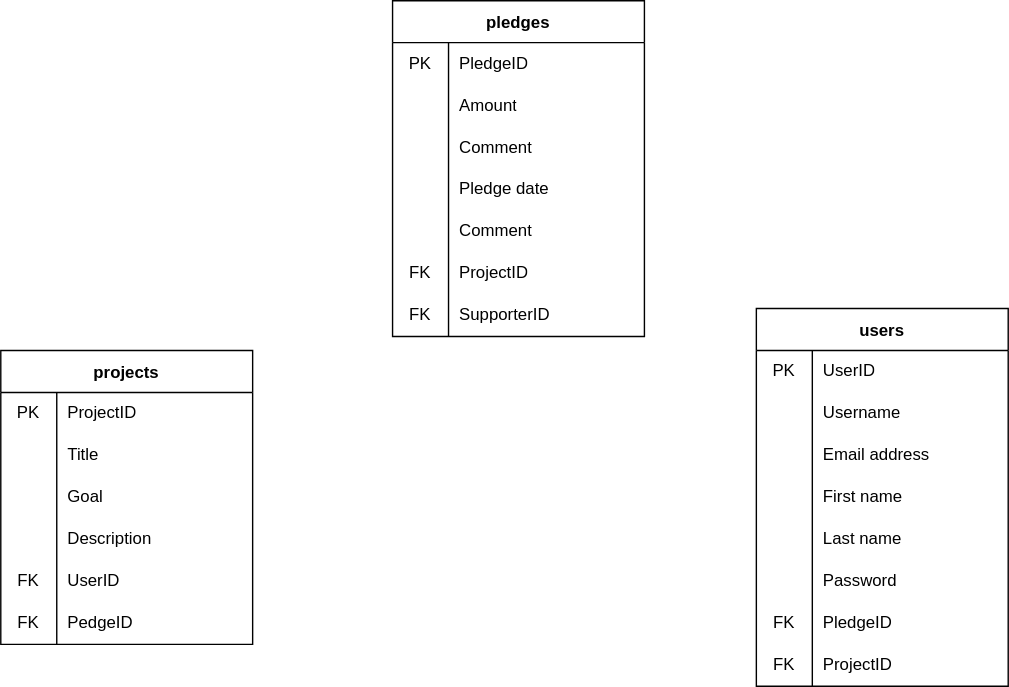
The draw.io diagram dbschema.drawio.svg in shayzimm/crowdfunding_back_end, before a commit. Source tidied: cells renumbered, new cells last; positions are measured from the earlier drawing's top-left corner, leaving out a move shared by most shapes. Its diagram source:
```xml
<mxGraphModel>
  <root>
    <mxCell id="0" />
    <mxCell id="1" parent="0" />
    <mxCell id="2" value="projects" style="shape=table;startSize=30;rowLines=0;fontStyle=1;" parent="1" vertex="1">
      <mxGeometry y="250" width="180" height="210" as="geometry" />
    </mxCell>
    <mxCell id="3" style="shape=tableRow;horizontal=0;startSize=0;swimlaneHead=0;swimlaneBody=0;top=0;left=0;bottom=0;right=0;fillColor=none;perimeterSpacing=1;" parent="2" vertex="1">
      <mxGeometry y="30" width="180" height="30" as="geometry" />
    </mxCell>
    <mxCell id="4" value="PK" style="shape=partialRectangle;html=1;whiteSpace=wrap;fillColor=none;top=0;left=0;bottom=0;right=0;overflow=hidden;" parent="3" vertex="1">
      <mxGeometry width="40" height="30" as="geometry" />
    </mxCell>
    <mxCell id="5" value="ProjectID" style="shape=partialRectangle;html=1;whiteSpace=wrap;fillColor=none;top=0;left=0;bottom=0;right=0;align=left;spacingLeft=6;overflow=hidden;perimeterSpacing=1;" parent="3" vertex="1">
      <mxGeometry x="40" width="140" height="30" as="geometry" />
    </mxCell>
    <mxCell id="6" style="shape=tableRow;horizontal=0;startSize=0;swimlaneHead=0;swimlaneBody=0;top=0;left=0;bottom=0;right=0;fillColor=none;" parent="2" vertex="1">
      <mxGeometry y="60" width="180" height="30" as="geometry" />
    </mxCell>
    <mxCell id="7" style="shape=partialRectangle;html=1;whiteSpace=wrap;fillColor=none;top=0;left=0;bottom=0;right=0;overflow=hidden;" parent="6" vertex="1">
      <mxGeometry width="40" height="30" as="geometry" />
    </mxCell>
    <mxCell id="8" value="Title" style="shape=partialRectangle;html=1;whiteSpace=wrap;fillColor=none;top=0;left=0;bottom=0;right=0;align=left;spacingLeft=6;overflow=hidden;" parent="6" vertex="1">
      <mxGeometry x="40" width="140" height="30" as="geometry" />
    </mxCell>
    <mxCell id="9" style="shape=tableRow;horizontal=0;startSize=0;swimlaneHead=0;swimlaneBody=0;top=0;left=0;bottom=0;right=0;fillColor=none;" parent="2" vertex="1">
      <mxGeometry y="90" width="180" height="30" as="geometry" />
    </mxCell>
    <mxCell id="10" style="shape=partialRectangle;html=1;whiteSpace=wrap;fillColor=none;top=0;left=0;bottom=0;right=0;overflow=hidden;" parent="9" vertex="1">
      <mxGeometry width="40" height="30" as="geometry" />
    </mxCell>
    <mxCell id="11" value="Goal" style="shape=partialRectangle;html=1;whiteSpace=wrap;fillColor=none;top=0;left=0;bottom=0;right=0;align=left;spacingLeft=6;overflow=hidden;" parent="9" vertex="1">
      <mxGeometry x="40" width="140" height="30" as="geometry" />
    </mxCell>
    <mxCell id="12" style="shape=tableRow;horizontal=0;startSize=0;swimlaneHead=0;swimlaneBody=0;top=0;left=0;bottom=0;right=0;fillColor=none;" parent="2" vertex="1">
      <mxGeometry y="120" width="180" height="30" as="geometry" />
    </mxCell>
    <mxCell id="13" style="shape=partialRectangle;html=1;whiteSpace=wrap;fillColor=none;top=0;left=0;bottom=0;right=0;overflow=hidden;" parent="12" vertex="1">
      <mxGeometry width="40" height="30" as="geometry" />
    </mxCell>
    <mxCell id="14" value="Description" style="shape=partialRectangle;html=1;whiteSpace=wrap;fillColor=none;top=0;left=0;bottom=0;right=0;align=left;spacingLeft=6;overflow=hidden;" parent="12" vertex="1">
      <mxGeometry x="40" width="140" height="30" as="geometry" />
    </mxCell>
    <mxCell id="15" style="shape=tableRow;horizontal=0;startSize=0;swimlaneHead=0;swimlaneBody=0;top=0;left=0;bottom=0;right=0;fillColor=none;" parent="2" vertex="1">
      <mxGeometry y="150" width="180" height="30" as="geometry" />
    </mxCell>
    <mxCell id="16" value="FK" style="shape=partialRectangle;html=1;whiteSpace=wrap;fillColor=none;top=0;left=0;bottom=0;right=0;overflow=hidden;" parent="15" vertex="1">
      <mxGeometry width="40" height="30" as="geometry" />
    </mxCell>
    <mxCell id="17" value="UserID" style="shape=partialRectangle;html=1;whiteSpace=wrap;fillColor=none;top=0;left=0;bottom=0;right=0;align=left;spacingLeft=6;overflow=hidden;" parent="15" vertex="1">
      <mxGeometry x="40" width="140" height="30" as="geometry" />
    </mxCell>
    <mxCell id="18" style="shape=tableRow;horizontal=0;startSize=0;swimlaneHead=0;swimlaneBody=0;top=0;left=0;bottom=0;right=0;fillColor=none;" parent="2" vertex="1">
      <mxGeometry y="180" width="180" height="30" as="geometry" />
    </mxCell>
    <mxCell id="19" value="FK" style="shape=partialRectangle;html=1;whiteSpace=wrap;fillColor=none;top=0;left=0;bottom=0;right=0;overflow=hidden;" parent="18" vertex="1">
      <mxGeometry width="40" height="30" as="geometry" />
    </mxCell>
    <mxCell id="20" value="PedgeID" style="shape=partialRectangle;html=1;whiteSpace=wrap;fillColor=none;top=0;left=0;bottom=0;right=0;align=left;spacingLeft=6;overflow=hidden;" parent="18" vertex="1">
      <mxGeometry x="40" width="140" height="30" as="geometry" />
    </mxCell>
    <mxCell id="21" value="users" style="shape=table;startSize=30;rowLines=0;fontStyle=1;" parent="1" vertex="1">
      <mxGeometry x="540" y="220" width="180" height="270" as="geometry" />
    </mxCell>
    <mxCell id="22" style="shape=tableRow;horizontal=0;startSize=0;swimlaneHead=0;swimlaneBody=0;top=0;left=0;bottom=0;right=0;fillColor=none;" parent="21" vertex="1">
      <mxGeometry y="30" width="180" height="30" as="geometry" />
    </mxCell>
    <mxCell id="23" value="PK" style="shape=partialRectangle;html=1;whiteSpace=wrap;fillColor=none;top=0;left=0;bottom=0;right=0;overflow=hidden;" parent="22" vertex="1">
      <mxGeometry width="40" height="30" as="geometry" />
    </mxCell>
    <mxCell id="24" value="UserID" style="shape=partialRectangle;html=1;whiteSpace=wrap;fillColor=none;top=0;left=0;bottom=0;right=0;align=left;spacingLeft=6;overflow=hidden;" parent="22" vertex="1">
      <mxGeometry x="40" width="140" height="30" as="geometry" />
    </mxCell>
    <mxCell id="25" style="shape=tableRow;horizontal=0;startSize=0;swimlaneHead=0;swimlaneBody=0;top=0;left=0;bottom=0;right=0;fillColor=none;" parent="21" vertex="1">
      <mxGeometry y="60" width="180" height="30" as="geometry" />
    </mxCell>
    <mxCell id="26" style="shape=partialRectangle;html=1;whiteSpace=wrap;fillColor=none;top=0;left=0;bottom=0;right=0;overflow=hidden;" parent="25" vertex="1">
      <mxGeometry width="40" height="30" as="geometry" />
    </mxCell>
    <mxCell id="27" value="Username" style="shape=partialRectangle;html=1;whiteSpace=wrap;fillColor=none;top=0;left=0;bottom=0;right=0;align=left;spacingLeft=6;overflow=hidden;" parent="25" vertex="1">
      <mxGeometry x="40" width="140" height="30" as="geometry" />
    </mxCell>
    <mxCell id="28" style="shape=tableRow;horizontal=0;startSize=0;swimlaneHead=0;swimlaneBody=0;top=0;left=0;bottom=0;right=0;fillColor=none;" parent="21" vertex="1">
      <mxGeometry y="90" width="180" height="30" as="geometry" />
    </mxCell>
    <mxCell id="29" style="shape=partialRectangle;html=1;whiteSpace=wrap;fillColor=none;top=0;left=0;bottom=0;right=0;overflow=hidden;" parent="28" vertex="1">
      <mxGeometry width="40" height="30" as="geometry" />
    </mxCell>
    <mxCell id="30" value="Email address" style="shape=partialRectangle;html=1;whiteSpace=wrap;fillColor=none;top=0;left=0;bottom=0;right=0;align=left;spacingLeft=6;overflow=hidden;" parent="28" vertex="1">
      <mxGeometry x="40" width="140" height="30" as="geometry" />
    </mxCell>
    <mxCell id="31" style="shape=tableRow;horizontal=0;startSize=0;swimlaneHead=0;swimlaneBody=0;top=0;left=0;bottom=0;right=0;fillColor=none;" parent="21" vertex="1">
      <mxGeometry y="120" width="180" height="30" as="geometry" />
    </mxCell>
    <mxCell id="32" style="shape=partialRectangle;html=1;whiteSpace=wrap;fillColor=none;top=0;left=0;bottom=0;right=0;overflow=hidden;" parent="31" vertex="1">
      <mxGeometry width="40" height="30" as="geometry" />
    </mxCell>
    <mxCell id="33" value="First name" style="shape=partialRectangle;html=1;whiteSpace=wrap;fillColor=none;top=0;left=0;bottom=0;right=0;align=left;spacingLeft=6;overflow=hidden;" parent="31" vertex="1">
      <mxGeometry x="40" width="140" height="30" as="geometry" />
    </mxCell>
    <mxCell id="34" style="shape=tableRow;horizontal=0;startSize=0;swimlaneHead=0;swimlaneBody=0;top=0;left=0;bottom=0;right=0;fillColor=none;" parent="21" vertex="1">
      <mxGeometry y="150" width="180" height="30" as="geometry" />
    </mxCell>
    <mxCell id="35" style="shape=partialRectangle;html=1;whiteSpace=wrap;fillColor=none;top=0;left=0;bottom=0;right=0;overflow=hidden;" parent="34" vertex="1">
      <mxGeometry width="40" height="30" as="geometry" />
    </mxCell>
    <mxCell id="36" value="Last name" style="shape=partialRectangle;html=1;whiteSpace=wrap;fillColor=none;top=0;left=0;bottom=0;right=0;align=left;spacingLeft=6;overflow=hidden;" parent="34" vertex="1">
      <mxGeometry x="40" width="140" height="30" as="geometry" />
    </mxCell>
    <mxCell id="37" style="shape=tableRow;horizontal=0;startSize=0;swimlaneHead=0;swimlaneBody=0;top=0;left=0;bottom=0;right=0;fillColor=none;" parent="21" vertex="1">
      <mxGeometry y="180" width="180" height="30" as="geometry" />
    </mxCell>
    <mxCell id="38" style="shape=partialRectangle;html=1;whiteSpace=wrap;fillColor=none;top=0;left=0;bottom=0;right=0;overflow=hidden;" parent="37" vertex="1">
      <mxGeometry width="40" height="30" as="geometry" />
    </mxCell>
    <mxCell id="39" value="Password" style="shape=partialRectangle;html=1;whiteSpace=wrap;fillColor=none;top=0;left=0;bottom=0;right=0;align=left;spacingLeft=6;overflow=hidden;" parent="37" vertex="1">
      <mxGeometry x="40" width="140" height="30" as="geometry" />
    </mxCell>
    <mxCell id="40" style="shape=tableRow;horizontal=0;startSize=0;swimlaneHead=0;swimlaneBody=0;top=0;left=0;bottom=0;right=0;fillColor=none;" parent="21" vertex="1">
      <mxGeometry y="210" width="180" height="30" as="geometry" />
    </mxCell>
    <mxCell id="41" value="FK" style="shape=partialRectangle;html=1;whiteSpace=wrap;fillColor=none;top=0;left=0;bottom=0;right=0;overflow=hidden;" parent="40" vertex="1">
      <mxGeometry width="40" height="30" as="geometry" />
    </mxCell>
    <mxCell id="42" value="PledgeID" style="shape=partialRectangle;html=1;whiteSpace=wrap;fillColor=none;top=0;left=0;bottom=0;right=0;align=left;spacingLeft=6;overflow=hidden;" parent="40" vertex="1">
      <mxGeometry x="40" width="140" height="30" as="geometry" />
    </mxCell>
    <mxCell id="43" style="shape=tableRow;horizontal=0;startSize=0;swimlaneHead=0;swimlaneBody=0;top=0;left=0;bottom=0;right=0;fillColor=none;" parent="21" vertex="1">
      <mxGeometry y="240" width="180" height="30" as="geometry" />
    </mxCell>
    <mxCell id="44" value="FK" style="shape=partialRectangle;html=1;whiteSpace=wrap;fillColor=none;top=0;left=0;bottom=0;right=0;overflow=hidden;" parent="43" vertex="1">
      <mxGeometry width="40" height="30" as="geometry" />
    </mxCell>
    <mxCell id="45" value="ProjectID" style="shape=partialRectangle;html=1;whiteSpace=wrap;fillColor=none;top=0;left=0;bottom=0;right=0;align=left;spacingLeft=6;overflow=hidden;" parent="43" vertex="1">
      <mxGeometry x="40" width="140" height="30" as="geometry" />
    </mxCell>
    <mxCell id="46" value="pledges" style="shape=table;startSize=30;rowLines=0;fontStyle=1;" parent="1" vertex="1">
      <mxGeometry x="280" width="180" height="240" as="geometry" />
    </mxCell>
    <mxCell id="47" style="shape=tableRow;horizontal=0;startSize=0;swimlaneHead=0;swimlaneBody=0;top=0;left=0;bottom=0;right=0;fillColor=none;" parent="46" vertex="1">
      <mxGeometry y="30" width="180" height="30" as="geometry" />
    </mxCell>
    <mxCell id="48" value="PK" style="shape=partialRectangle;html=1;whiteSpace=wrap;fillColor=none;top=0;left=0;bottom=0;right=0;overflow=hidden;" parent="47" vertex="1">
      <mxGeometry width="40" height="30" as="geometry" />
    </mxCell>
    <mxCell id="49" value="PledgeID" style="shape=partialRectangle;html=1;whiteSpace=wrap;fillColor=none;top=0;left=0;bottom=0;right=0;align=left;spacingLeft=6;overflow=hidden;" parent="47" vertex="1">
      <mxGeometry x="40" width="140" height="30" as="geometry" />
    </mxCell>
    <mxCell id="50" style="shape=tableRow;horizontal=0;startSize=0;swimlaneHead=0;swimlaneBody=0;top=0;left=0;bottom=0;right=0;fillColor=none;" parent="46" vertex="1">
      <mxGeometry y="60" width="180" height="30" as="geometry" />
    </mxCell>
    <mxCell id="51" style="shape=partialRectangle;html=1;whiteSpace=wrap;fillColor=none;top=0;left=0;bottom=0;right=0;overflow=hidden;" parent="50" vertex="1">
      <mxGeometry width="40" height="30" as="geometry" />
    </mxCell>
    <mxCell id="52" value="Amount" style="shape=partialRectangle;html=1;whiteSpace=wrap;fillColor=none;top=0;left=0;bottom=0;right=0;align=left;spacingLeft=6;overflow=hidden;" parent="50" vertex="1">
      <mxGeometry x="40" width="140" height="30" as="geometry" />
    </mxCell>
    <mxCell id="53" style="shape=tableRow;horizontal=0;startSize=0;swimlaneHead=0;swimlaneBody=0;top=0;left=0;bottom=0;right=0;fillColor=none;" parent="46" vertex="1">
      <mxGeometry y="90" width="180" height="30" as="geometry" />
    </mxCell>
    <mxCell id="54" style="shape=partialRectangle;html=1;whiteSpace=wrap;fillColor=none;top=0;left=0;bottom=0;right=0;overflow=hidden;" parent="53" vertex="1">
      <mxGeometry width="40" height="30" as="geometry" />
    </mxCell>
    <mxCell id="55" value="Comment" style="shape=partialRectangle;html=1;whiteSpace=wrap;fillColor=none;top=0;left=0;bottom=0;right=0;align=left;spacingLeft=6;overflow=hidden;" parent="53" vertex="1">
      <mxGeometry x="40" width="140" height="30" as="geometry" />
    </mxCell>
    <mxCell id="56" style="shape=tableRow;horizontal=0;startSize=0;swimlaneHead=0;swimlaneBody=0;top=0;left=0;bottom=0;right=0;fillColor=none;" parent="46" vertex="1">
      <mxGeometry y="120" width="180" height="30" as="geometry" />
    </mxCell>
    <mxCell id="57" style="shape=partialRectangle;html=1;whiteSpace=wrap;fillColor=none;top=0;left=0;bottom=0;right=0;overflow=hidden;" parent="56" vertex="1">
      <mxGeometry width="40" height="30" as="geometry" />
    </mxCell>
    <mxCell id="58" value="Pledge date" style="shape=partialRectangle;html=1;whiteSpace=wrap;fillColor=none;top=0;left=0;bottom=0;right=0;align=left;spacingLeft=6;overflow=hidden;" parent="56" vertex="1">
      <mxGeometry x="40" width="140" height="30" as="geometry" />
    </mxCell>
    <mxCell id="59" style="shape=tableRow;horizontal=0;startSize=0;swimlaneHead=0;swimlaneBody=0;top=0;left=0;bottom=0;right=0;fillColor=none;" parent="46" vertex="1">
      <mxGeometry y="150" width="180" height="30" as="geometry" />
    </mxCell>
    <mxCell id="60" style="shape=partialRectangle;html=1;whiteSpace=wrap;fillColor=none;top=0;left=0;bottom=0;right=0;overflow=hidden;" parent="59" vertex="1">
      <mxGeometry width="40" height="30" as="geometry" />
    </mxCell>
    <mxCell id="61" value="Comment" style="shape=partialRectangle;html=1;whiteSpace=wrap;fillColor=none;top=0;left=0;bottom=0;right=0;align=left;spacingLeft=6;overflow=hidden;" parent="59" vertex="1">
      <mxGeometry x="40" width="140" height="30" as="geometry" />
    </mxCell>
    <mxCell id="62" style="shape=tableRow;horizontal=0;startSize=0;swimlaneHead=0;swimlaneBody=0;top=0;left=0;bottom=0;right=0;fillColor=none;" parent="46" vertex="1">
      <mxGeometry y="180" width="180" height="30" as="geometry" />
    </mxCell>
    <mxCell id="63" value="FK" style="shape=partialRectangle;html=1;whiteSpace=wrap;fillColor=none;top=0;left=0;bottom=0;right=0;overflow=hidden;" parent="62" vertex="1">
      <mxGeometry width="40" height="30" as="geometry" />
    </mxCell>
    <mxCell id="64" value="ProjectID" style="shape=partialRectangle;html=1;whiteSpace=wrap;fillColor=none;top=0;left=0;bottom=0;right=0;align=left;spacingLeft=6;overflow=hidden;" parent="62" vertex="1">
      <mxGeometry x="40" width="140" height="30" as="geometry" />
    </mxCell>
    <mxCell id="65" style="shape=tableRow;horizontal=0;startSize=0;swimlaneHead=0;swimlaneBody=0;top=0;left=0;bottom=0;right=0;fillColor=none;" parent="46" vertex="1">
      <mxGeometry y="210" width="180" height="30" as="geometry" />
    </mxCell>
    <mxCell id="66" value="FK" style="shape=partialRectangle;html=1;whiteSpace=wrap;fillColor=none;top=0;left=0;bottom=0;right=0;overflow=hidden;" parent="65" vertex="1">
      <mxGeometry width="40" height="30" as="geometry" />
    </mxCell>
    <mxCell id="67" value="SupporterID" style="shape=partialRectangle;html=1;whiteSpace=wrap;fillColor=none;top=0;left=0;bottom=0;right=0;align=left;spacingLeft=6;overflow=hidden;" parent="65" vertex="1">
      <mxGeometry x="40" width="140" height="30" as="geometry" />
    </mxCell>
  </root>
</mxGraphModel>
```
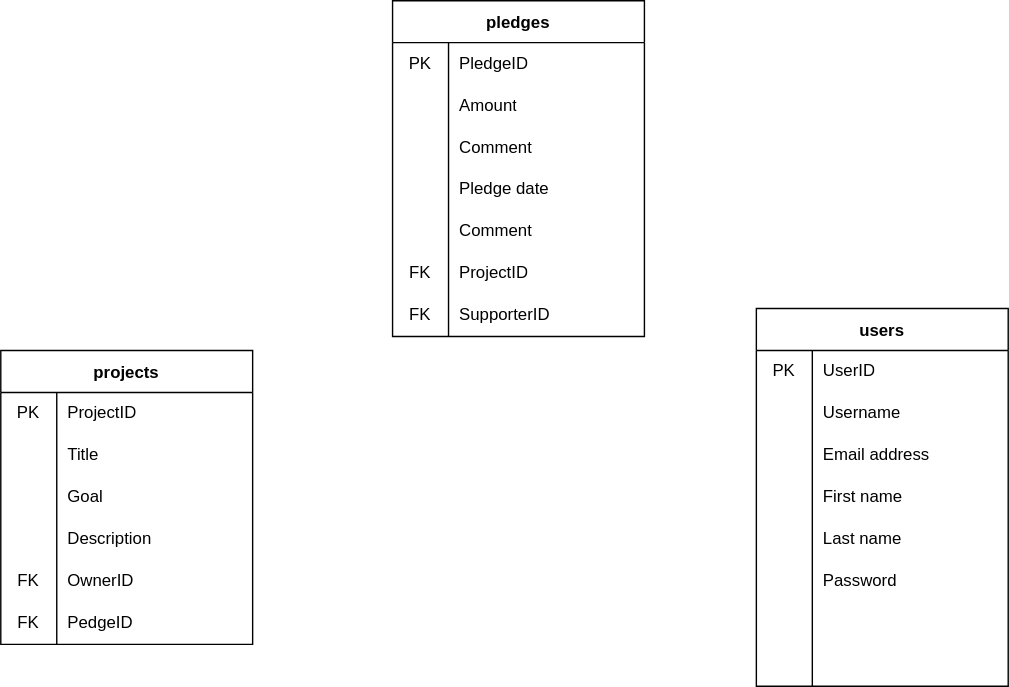
After the commit.

The edit, as a diff of the source:
```diff
@@ -47,7 +47,7 @@
     <mxCell id="16" value="FK" style="shape=partialRectangle;html=1;whiteSpace=wrap;fillColor=none;top=0;left=0;bottom=0;right=0;overflow=hidden;" parent="15" vertex="1">
       <mxGeometry width="40" height="30" as="geometry" />
     </mxCell>
-    <mxCell id="17" value="UserID" style="shape=partialRectangle;html=1;whiteSpace=wrap;fillColor=none;top=0;left=0;bottom=0;right=0;align=left;spacingLeft=6;overflow=hidden;" parent="15" vertex="1">
+    <mxCell id="17" value="OwnerID" style="shape=partialRectangle;html=1;whiteSpace=wrap;fillColor=none;top=0;left=0;bottom=0;right=0;align=left;spacingLeft=6;overflow=hidden;" parent="15" vertex="1">
       <mxGeometry x="40" width="140" height="30" as="geometry" />
     </mxCell>
     <mxCell id="18" style="shape=tableRow;horizontal=0;startSize=0;swimlaneHead=0;swimlaneBody=0;top=0;left=0;bottom=0;right=0;fillColor=none;" parent="2" vertex="1">
@@ -119,19 +119,19 @@
     <mxCell id="40" style="shape=tableRow;horizontal=0;startSize=0;swimlaneHead=0;swimlaneBody=0;top=0;left=0;bottom=0;right=0;fillColor=none;" parent="21" vertex="1">
       <mxGeometry y="210" width="180" height="30" as="geometry" />
     </mxCell>
-    <mxCell id="41" value="FK" style="shape=partialRectangle;html=1;whiteSpace=wrap;fillColor=none;top=0;left=0;bottom=0;right=0;overflow=hidden;" parent="40" vertex="1">
+    <mxCell id="41" style="shape=partialRectangle;html=1;whiteSpace=wrap;fillColor=none;top=0;left=0;bottom=0;right=0;overflow=hidden;" parent="40" vertex="1">
       <mxGeometry width="40" height="30" as="geometry" />
     </mxCell>
-    <mxCell id="42" value="PledgeID" style="shape=partialRectangle;html=1;whiteSpace=wrap;fillColor=none;top=0;left=0;bottom=0;right=0;align=left;spacingLeft=6;overflow=hidden;" parent="40" vertex="1">
+    <mxCell id="42" style="shape=partialRectangle;html=1;whiteSpace=wrap;fillColor=none;top=0;left=0;bottom=0;right=0;align=left;spacingLeft=6;overflow=hidden;" parent="40" vertex="1">
       <mxGeometry x="40" width="140" height="30" as="geometry" />
     </mxCell>
     <mxCell id="43" style="shape=tableRow;horizontal=0;startSize=0;swimlaneHead=0;swimlaneBody=0;top=0;left=0;bottom=0;right=0;fillColor=none;" parent="21" vertex="1">
       <mxGeometry y="240" width="180" height="30" as="geometry" />
     </mxCell>
-    <mxCell id="44" value="FK" style="shape=partialRectangle;html=1;whiteSpace=wrap;fillColor=none;top=0;left=0;bottom=0;right=0;overflow=hidden;" parent="43" vertex="1">
+    <mxCell id="44" style="shape=partialRectangle;html=1;whiteSpace=wrap;fillColor=none;top=0;left=0;bottom=0;right=0;overflow=hidden;" parent="43" vertex="1">
       <mxGeometry width="40" height="30" as="geometry" />
     </mxCell>
-    <mxCell id="45" value="ProjectID" style="shape=partialRectangle;html=1;whiteSpace=wrap;fillColor=none;top=0;left=0;bottom=0;right=0;align=left;spacingLeft=6;overflow=hidden;" parent="43" vertex="1">
+    <mxCell id="45" style="shape=partialRectangle;html=1;whiteSpace=wrap;fillColor=none;top=0;left=0;bottom=0;right=0;align=left;spacingLeft=6;overflow=hidden;" parent="43" vertex="1">
       <mxGeometry x="40" width="140" height="30" as="geometry" />
     </mxCell>
     <mxCell id="46" value="pledges" style="shape=table;startSize=30;rowLines=0;fontStyle=1;" parent="1" vertex="1">
```
